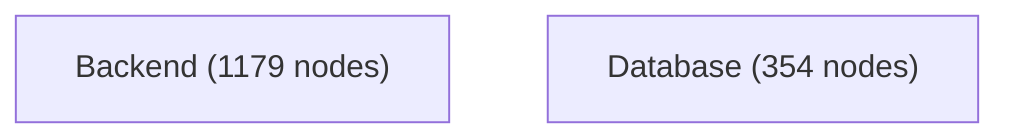
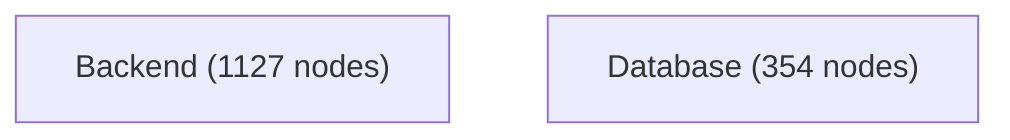
flowchart TB
-     Backend["Backend (1179 nodes)"]
+     Backend["Backend (1127 nodes)"]
    Database["Database (354 nodes)"]
